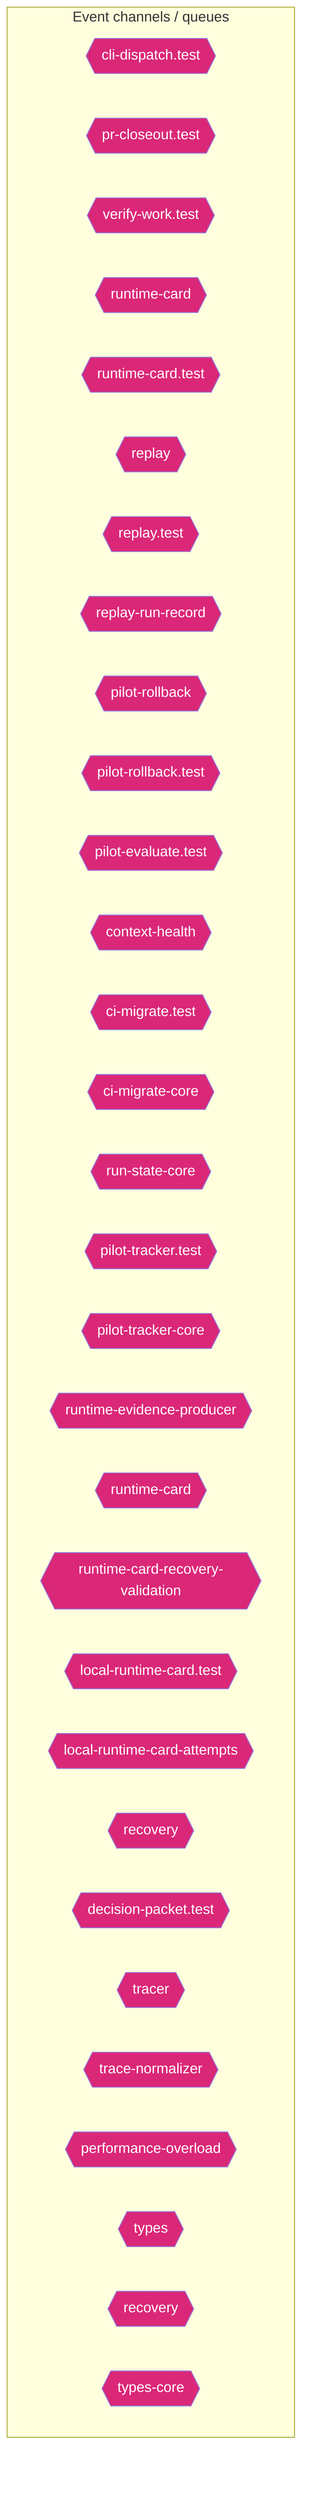
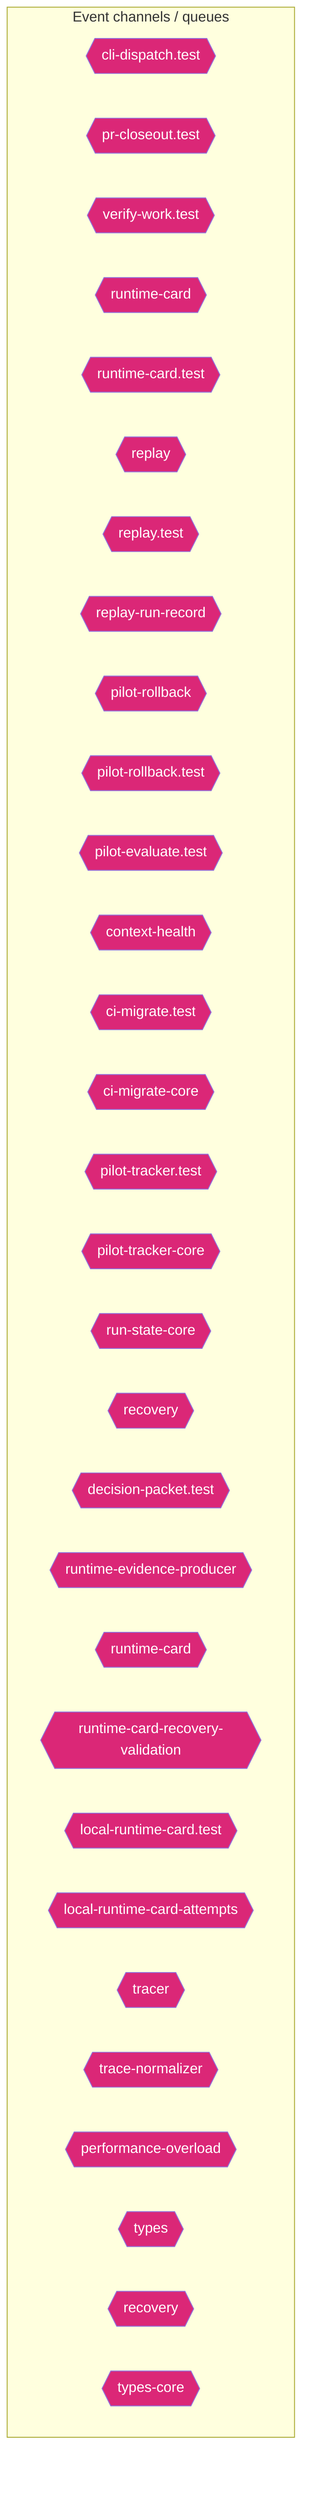
flowchart TD
  subgraph Channels["Event channels / queues"]
    cli_dispatch_test_54c9f17b{{"cli-dispatch.test"}}
    pr_closeout_test_12a1ffdd{{"pr-closeout.test"}}
    verify_work_test_0e12f6c5{{"verify-work.test"}}
    runtime_card_e06b53e1{{"runtime-card"}}
    runtime_card_test_af812837{{"runtime-card.test"}}
    replay_ac203c98{{"replay"}}
    replay_test_935f7436{{"replay.test"}}
    replay_run_record_9a08cce2{{"replay-run-record"}}
    pilot_rollback_00c1f82c{{"pilot-rollback"}}
    pilot_rollback_test_e61d5a2b{{"pilot-rollback.test"}}
    pilot_evaluate_test_a2ac06fc{{"pilot-evaluate.test"}}
    context_health_80bb7da9{{"context-health"}}
    ci_migrate_test_2a015bb9{{"ci-migrate.test"}}
    ci_migrate_core_7005b5af{{"ci-migrate-core"}}
-     run_state_core_25a955bc{{"run-state-core"}}
    pilot_tracker_test_80398a66{{"pilot-tracker.test"}}
    pilot_tracker_core_80d8ac96{{"pilot-tracker-core"}}
+     run_state_core_25a955bc{{"run-state-core"}}
+     recovery_8c585378{{"recovery"}}
+     decision_packet_test_9ea0e97b{{"decision-packet.test"}}
    runtime_evidence_producer_ea388cb5{{"runtime-evidence-producer"}}
    runtime_card_1_465a49d2{{"runtime-card"}}
    runtime_card_recovery_validation_e216d883{{"runtime-card-recovery-validation"}}
    local_runtime_card_test_b508222b{{"local-runtime-card.test"}}
    local_runtime_card_attempts_28aa46ea{{"local-runtime-card-attempts"}}
-     recovery_8c585378{{"recovery"}}
-     decision_packet_test_9ea0e97b{{"decision-packet.test"}}
    tracer_1e6243a2{{"tracer"}}
    trace_normalizer_cb1be1d2{{"trace-normalizer"}}
    performance_overload_c685bfcf{{"performance-overload"}}
-     types_8_f6283648{{"types"}}
+     types_9_1db4641f{{"types"}}
    recovery_1_4d1804ab{{"recovery"}}
    types_core_e405ddca{{"types-core"}}
  end
  classDef eventNode fill:#db2777,color:#fff
-   class cli_dispatch_test_54c9f17b,pr_closeout_test_12a1ffdd,verify_work_test_0e12f6c5,runtime_card_e06b53e1,runtime_card_test_af812837,replay_ac203c98,replay_test_935f7436,replay_run_record_9a08cce2,pilot_rollback_00c1f82c,pilot_rollback_test_e61d5a2b,pilot_evaluate_test_a2ac06fc,context_health_80bb7da9,ci_migrate_test_2a015bb9,ci_migrate_core_7005b5af,run_state_core_25a955bc,pilot_tracker_test_80398a66,pilot_tracker_core_80d8ac96,runtime_evidence_producer_ea388cb5,runtime_card_1_465a49d2,runtime_card_recovery_validation_e216d883,local_runtime_card_test_b508222b,local_runtime_card_attempts_28aa46ea,recovery_8c585378,decision_packet_test_9ea0e97b,tracer_1e6243a2,trace_normalizer_cb1be1d2,performance_overload_c685bfcf,types_8_f6283648,recovery_1_4d1804ab,types_core_e405ddca eventNode
+   class cli_dispatch_test_54c9f17b,pr_closeout_test_12a1ffdd,verify_work_test_0e12f6c5,runtime_card_e06b53e1,runtime_card_test_af812837,replay_ac203c98,replay_test_935f7436,replay_run_record_9a08cce2,pilot_rollback_00c1f82c,pilot_rollback_test_e61d5a2b,pilot_evaluate_test_a2ac06fc,context_health_80bb7da9,ci_migrate_test_2a015bb9,ci_migrate_core_7005b5af,pilot_tracker_test_80398a66,pilot_tracker_core_80d8ac96,run_state_core_25a955bc,recovery_8c585378,decision_packet_test_9ea0e97b,runtime_evidence_producer_ea388cb5,runtime_card_1_465a49d2,runtime_card_recovery_validation_e216d883,local_runtime_card_test_b508222b,local_runtime_card_attempts_28aa46ea,tracer_1e6243a2,trace_normalizer_cb1be1d2,performance_overload_c685bfcf,types_9_1db4641f,recovery_1_4d1804ab,types_core_e405ddca eventNode
